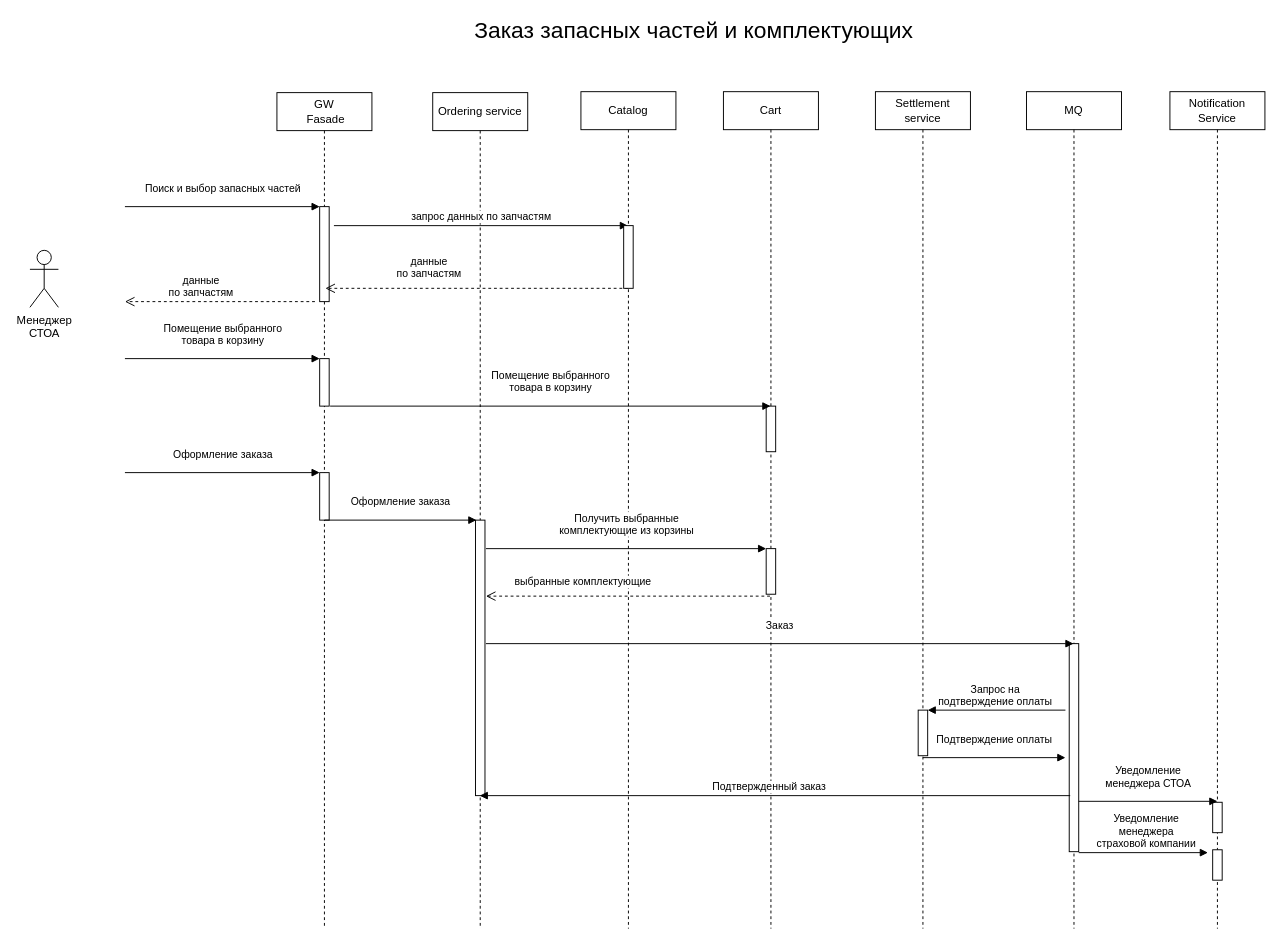
Above: 2.Solution/5_3 Sequence_Diagramm.drawio in samsonovsa/OtusArhitectureFinalProject (draw.io), before the change. Source tidied: cells renumbered, new cells numbered last; positions are measured from the earlier drawing's top-left corner, leaving out a move shared by most shapes. Both pictures are drawn from the tidied source at 95%, with x=0, y=0 at pixel (29, 16).
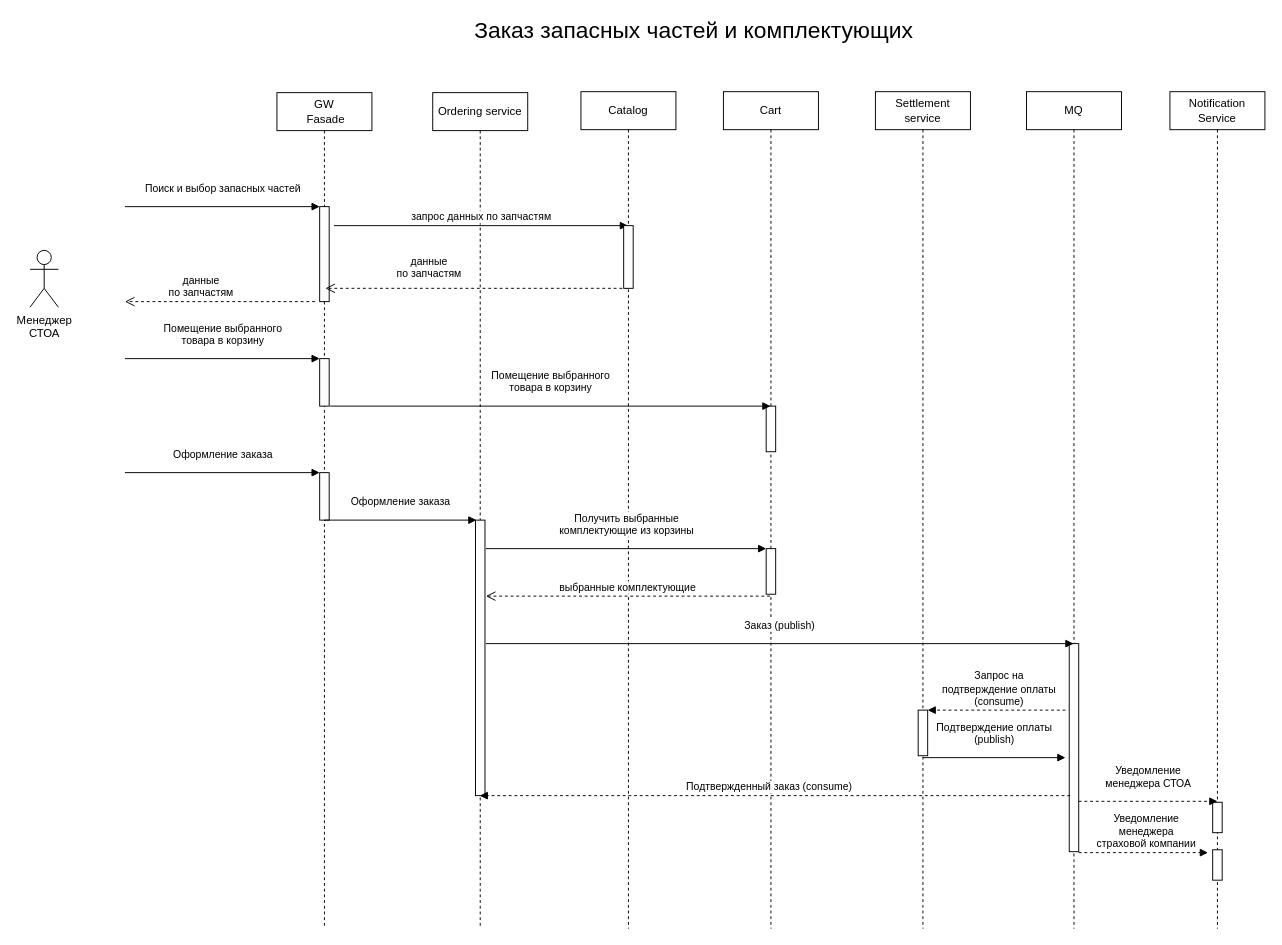
After the change.

Commit message (it also covers changes not shown here):
update sequence diagrams

Unchanged cells that the change refers to:
```xml
<mxCell id="2" value="MQ" style="shape=umlLifeline;perimeter=lifelinePerimeter;whiteSpace=wrap;html=1;outlineConnect=0;portConstraint=eastwest;newEdgeStyle={&quot;edgeStyle&quot;:&quot;elbowEdgeStyle&quot;,&quot;elbow&quot;:&quot;vertical&quot;,&quot;curved&quot;:0,&quot;rounded&quot;:0};" parent="1" vertex="1">
  <mxGeometry x="1049" y="79" width="100" height="881" as="geometry" />
</mxCell>
<mxCell id="8" style="html=1;points=[[0,0,0,0,5],[0,1,0,0,-5],[1,0,0,0,5],[1,1,0,0,-5]];perimeter=orthogonalPerimeter;outlineConnect=0;targetShapes=umlLifeline;portConstraint=eastwest;newEdgeStyle={&quot;curved&quot;:0,&quot;rounded&quot;:0};" parent="7" vertex="1">
  <mxGeometry x="45" y="651" width="10" height="48" as="geometry" />
</mxCell>
<mxCell id="10" value="Ordering service" style="shape=umlLifeline;perimeter=lifelinePerimeter;whiteSpace=wrap;html=1;outlineConnect=0;portConstraint=eastwest;newEdgeStyle={&quot;curved&quot;:0,&quot;rounded&quot;:0};" parent="1" vertex="1">
  <mxGeometry x="424" y="80" width="100" height="880" as="geometry" />
</mxCell>
```

Change to the diagram source:
```diff
@@
     <mxCell id="31" value="выбранные комплектующие" style="html=1;verticalAlign=bottom;endArrow=open;dashed=1;endSize=8;curved=0;rounded=0;" parent="1" edge="1">
-      <mxGeometry x="0.32" y="-6" relative="1" as="geometry">
+      <mxGeometry relative="1" as="geometry">
         <mxPoint x="779" y="610" as="sourcePoint" />
         <mxPoint x="480" y="610" as="targetPoint" />
       </mxGeometry>
     </mxCell>
-    <mxCell id="32" value="Заказ" style="html=1;verticalAlign=bottom;endArrow=block;curved=0;rounded=0;" parent="1" edge="1" target="2">
+    <mxCell id="32" value="Заказ (publish)" style="html=1;verticalAlign=bottom;endArrow=block;curved=0;rounded=0;" parent="1" edge="1" target="2">
       <mxGeometry y="10" relative="1" as="geometry">
         <mxPoint x="480" y="660" as="sourcePoint" />
       </mxGeometry>
     </mxCell>
-    <mxCell id="33" value="Запрос на &lt;br&gt;подтверждение оплаты" style="html=1;verticalAlign=bottom;endArrow=block;curved=0;rounded=0;" parent="1" edge="1" target="8">
-      <mxGeometry x="0.02" relative="1" as="geometry">
+    <mxCell id="33" value="Запрос на &lt;br&gt;подтверждение оплаты&lt;br&gt;(consume)" style="html=1;verticalAlign=bottom;endArrow=block;curved=0;rounded=0;dashed=1;" parent="1" edge="1" target="8">
+      <mxGeometry x="-0.03" relative="1" as="geometry">
         <mxPoint x="1090" y="730" as="sourcePoint" />
       </mxGeometry>
     </mxCell>
-    <mxCell id="34" value="Подтверждение оплаты" style="html=1;verticalAlign=bottom;endArrow=block;curved=0;rounded=0;" parent="1" edge="1">
+    <mxCell id="34" value="Подтверждение оплаты&lt;br&gt;(publish)" style="html=1;verticalAlign=bottom;endArrow=block;curved=0;rounded=0;" parent="1" edge="1">
       <mxGeometry y="10" relative="1" as="geometry">
         <mxPoint x="940" y="780" as="sourcePoint" />
         <mxPoint x="1090" y="780" as="targetPoint" />
       </mxGeometry>
     </mxCell>
-    <mxCell id="35" value="Подтвержденный заказ" style="html=1;verticalAlign=bottom;endArrow=block;curved=0;rounded=0;" parent="1" edge="1" target="10">
+    <mxCell id="35" value="Подтвержденный заказ (consume)" style="html=1;verticalAlign=bottom;endArrow=block;curved=0;rounded=0;dashed=1;" parent="1" edge="1" target="10">
       <mxGeometry x="0.02" relative="1" as="geometry">
         <mxPoint x="1095" y="820" as="sourcePoint" />
       </mxGeometry>
     </mxCell>
-    <mxCell id="36" value="Уведомление &lt;br&gt;менеджера СТОА" style="html=1;verticalAlign=bottom;endArrow=block;curved=0;rounded=0;" parent="1" edge="1">
+    <mxCell id="36" value="Уведомление &lt;br&gt;менеджера СТОА" style="html=1;verticalAlign=bottom;endArrow=block;curved=0;rounded=0;dashed=1;" parent="1" edge="1">
       <mxGeometry y="10" relative="1" as="geometry">
         <mxPoint x="1104" y="826" as="sourcePoint" />
         <mxPoint x="1250" y="826" as="targetPoint" />
       </mxGeometry>
     </mxCell>
-    <mxCell id="37" value="Уведомление &lt;br&gt;менеджера &lt;br&gt;страховой компании" style="html=1;verticalAlign=bottom;endArrow=block;curved=0;rounded=0;" parent="1" edge="1">
+    <mxCell id="37" value="Уведомление &lt;br&gt;менеджера &lt;br&gt;страховой компании" style="html=1;verticalAlign=bottom;endArrow=block;curved=0;rounded=0;dashed=1;" parent="1" edge="1">
       <mxGeometry x="0.04" relative="1" as="geometry">
         <mxPoint x="1104" y="880" as="sourcePoint" />
         <mxPoint x="1240" y="880" as="targetPoint" />
       </mxGeometry>
     </mxCell>
```
